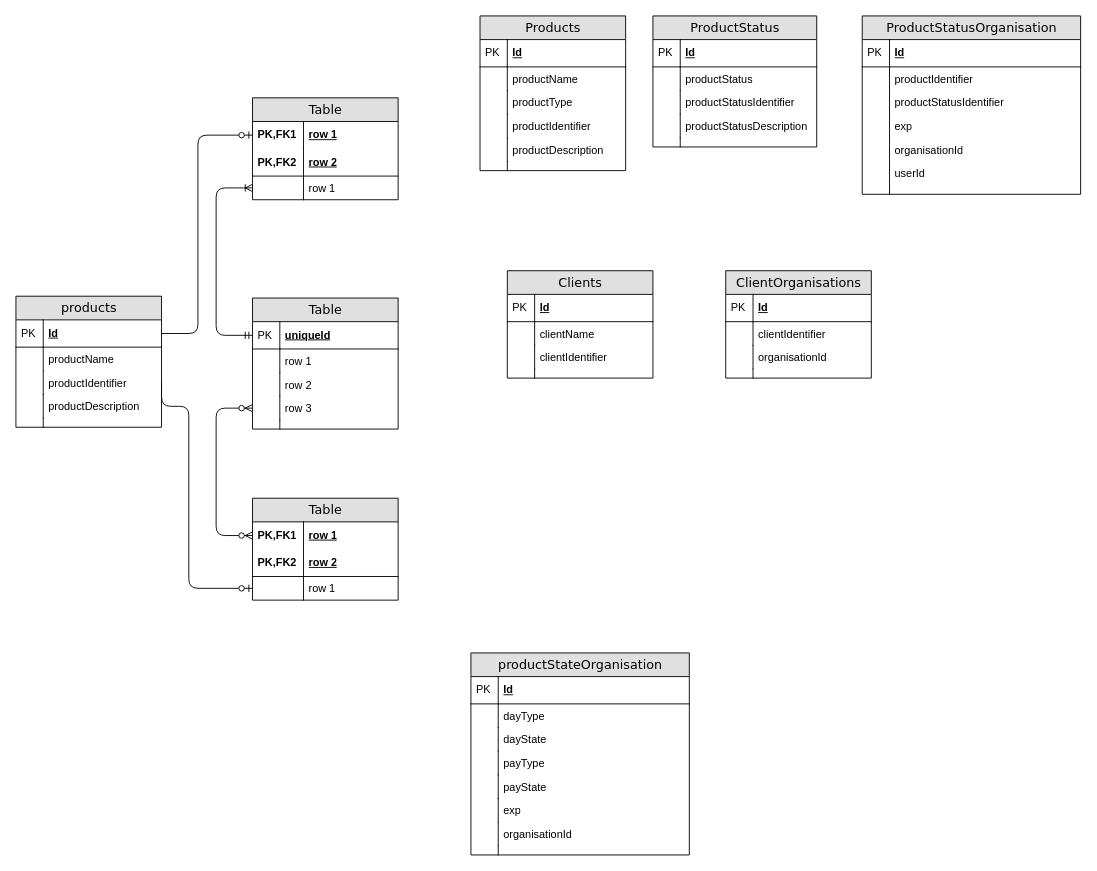
Shiva1010/myFlow keeps this draw.io diagram as backStageRelation.drawio. Above is the earlier version. Source tidied: cells renumbered, new cells numbered last; positions are measured from the earlier drawing's top-left corner, leaving out a move shared by most shapes. Both pictures are drawn from the tidied source at 91%, with x=0, y=0 at pixel (15, 15).
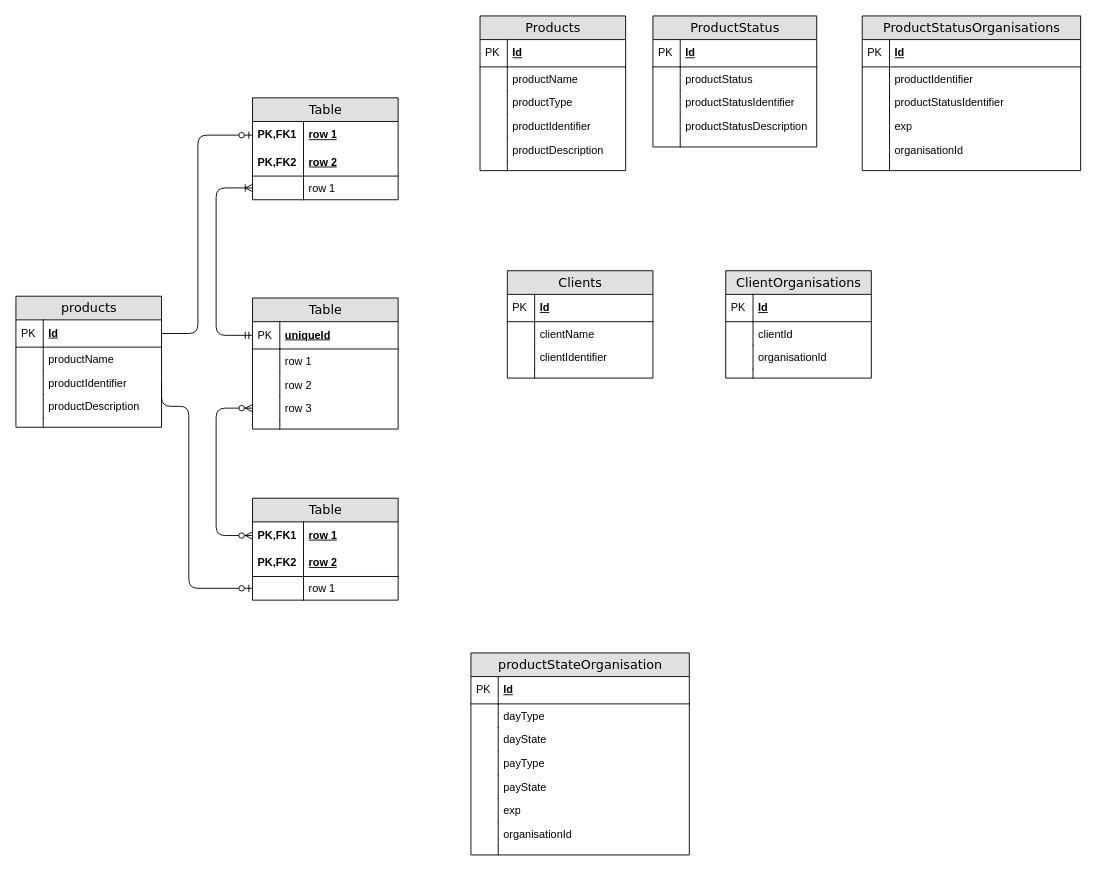
Above is the later version.

The change refers to these unchanged cells:
```xml
<mxCell id="107" value="ClientOrganisations" style="swimlane;html=1;fontStyle=0;horizontal=1;startSize=26;fillColor=#e0e0e0;swimlaneFillColor=#ffffff;align=center;rounded=0;shadow=0;comic=0;labelBackgroundColor=none;strokeWidth=1;fontFamily=Verdana;fontSize=14;" parent="1" vertex="1">
  <mxGeometry x="780" y="280" width="160" height="118" as="geometry" />
</mxCell>
```

Diff of the diagram source:
```diff
@@
-    <mxCell id="42" value="ProductStatusOrganisation" style="swimlane;html=1;fontStyle=0;horizontal=1;startSize=26;fillColor=#e0e0e0;swimlaneFillColor=#ffffff;align=center;rounded=0;shadow=0;comic=0;labelBackgroundColor=none;strokeWidth=1;fontFamily=Verdana;fontSize=14;" parent="1" vertex="1">
-      <mxGeometry x="930" width="240" height="196" as="geometry" />
+    <mxCell id="42" value="ProductStatusOrganisations" style="swimlane;html=1;fontStyle=0;horizontal=1;startSize=26;fillColor=#e0e0e0;swimlaneFillColor=#ffffff;align=center;rounded=0;shadow=0;comic=0;labelBackgroundColor=none;strokeWidth=1;fontFamily=Verdana;fontSize=14;" parent="1" vertex="1">
+      <mxGeometry x="930" width="240" height="170" as="geometry" />
     </mxCell>
@@
-    <mxCell id="53" value="userId" style="shape=partialRectangle;top=0;left=0;right=0;bottom=0;html=1;align=left;verticalAlign=top;fillColor=none;spacingLeft=34;spacingRight=4;whiteSpace=wrap;overflow=hidden;" parent="42" vertex="1">
-      <mxGeometry y="160" width="240" height="26" as="geometry" />
-    </mxCell>
-    <mxCell id="54" style="shape=partialRectangle;top=0;left=0;bottom=0;html=1;fillColor=none;align=left;verticalAlign=top;spacingLeft=4;spacingRight=4;whiteSpace=wrap;overflow=hidden;" parent="53" vertex="1">
-      <mxGeometry width="30" height="26" as="geometry" />
-    </mxCell>
     <mxCell id="55" style="shape=partialRectangle;top=0;left=0;right=0;bottom=0;html=1;align=left;verticalAlign=top;fillColor=none;spacingLeft=34;spacingRight=4;whiteSpace=wrap;overflow=hidden;" parent="42" vertex="1">
-      <mxGeometry y="186" width="240" height="10" as="geometry" />
+      <mxGeometry y="160" width="240" height="10" as="geometry" />
     </mxCell>
@@
-    <mxCell id="110" value="clientIdentifier" style="shape=partialRectangle;top=0;left=0;right=0;bottom=0;html=1;align=left;verticalAlign=top;fillColor=none;spacingLeft=34;spacingRight=4;whiteSpace=wrap;overflow=hidden;" parent="107" vertex="1">
+    <mxCell id="110" value="clientId" style="shape=partialRectangle;top=0;left=0;right=0;bottom=0;html=1;align=left;verticalAlign=top;fillColor=none;spacingLeft=34;spacingRight=4;whiteSpace=wrap;overflow=hidden;" parent="107" vertex="1">
       <mxGeometry y="56" width="160" height="26" as="geometry" />
     </mxCell>
```
